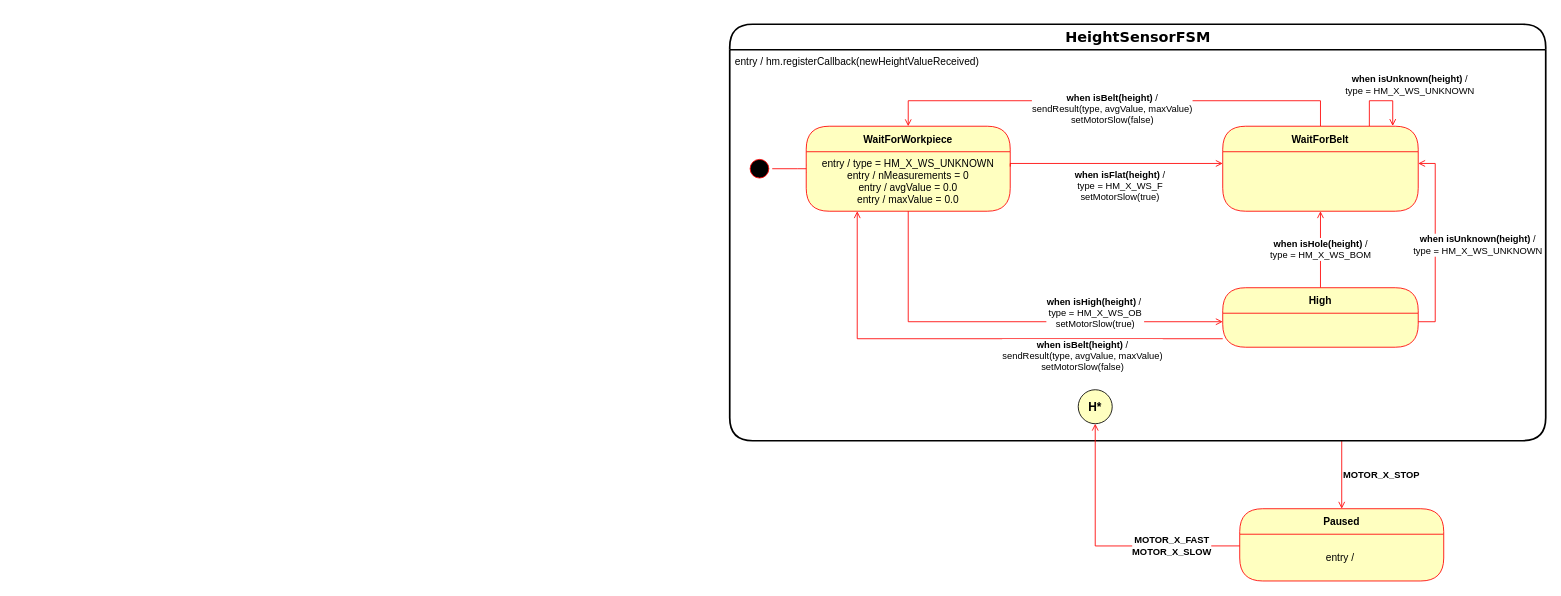
This is page "height" (4 of 7) of docs/diagrams/fsm/state_machines.drawio from u2knwy/ESEP-2023SoSe-Team-2-1, a draw.io file, before an edit. Source tidied: cells renumbered, new cells numbered last; positions are measured from the earlier drawing's top-left corner, leaving out a move shared by most shapes. Both pictures are drawn from the tidied source at 85%, with x=0, y=0 at pixel (729, 24).
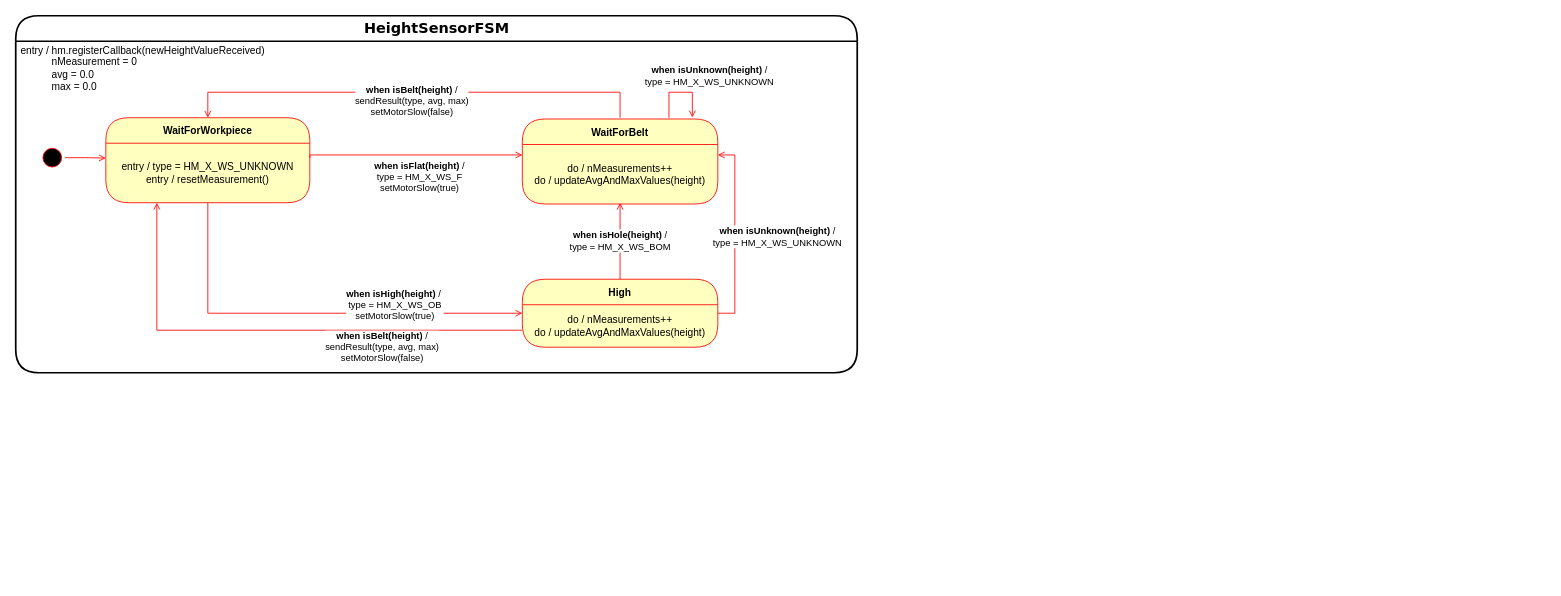
Above is the later version.

What changed in the source:
```diff
@@
-    <mxCell id="2" value="MOTOR_X_STOP" style="edgeStyle=orthogonalEdgeStyle;rounded=0;jettySize=auto;html=1;exitX=0.75;exitY=1;exitDx=0;exitDy=0;entryX=0.5;entryY=0;entryDx=0;entryDy=0;strokeColor=#FF0000;endArrow=open;endFill=0;fontStyle=1;align=left;" parent="1" edge="1" source="3" target="17">
-      <mxGeometry relative="1" as="geometry" />
-    </mxCell>
     <mxCell id="3" value="&lt;font face=&quot;Verdana&quot; style=&quot;font-size: 17px&quot;&gt;HeightSensorFSM&lt;/font&gt;" style="swimlane;html=1;fontStyle=1;align=center;verticalAlign=middle;horizontal=1;startSize=30;fontColor=#000000;rounded=1;arcSize=30;strokeColor=#000000;swimlaneFillColor=#FFFFFF;fillColor=#FFFFFF;strokeWidth=2;" parent="1" vertex="1">
-      <mxGeometry width="960" height="490" as="geometry" />
+      <mxGeometry x="-840" y="-10" width="990" height="420" as="geometry" />
     </mxCell>
+    <mxCell id="22" style="edgeStyle=orthogonalEdgeStyle;rounded=0;jettySize=auto;html=1;exitX=1;exitY=0.5;exitDx=0;exitDy=0;entryX=0;entryY=0.25;entryDx=0;entryDy=0;strokeColor=#FF0000;endArrow=open;endFill=0;" parent="1" edge="1" source="4" target="7">
+      <mxGeometry relative="1" as="geometry" />
+    </mxCell>
     <mxCell id="4" style="ellipse;html=1;shape=startState;fillColor=#000000;strokeColor=#ff0000;" parent="1" vertex="1">
-      <mxGeometry x="20" y="155" width="30" height="30" as="geometry" />
+      <mxGeometry x="-812" y="142" width="30" height="30" as="geometry" />
     </mxCell>
-    <mxCell id="5" style="edgeStyle=orthogonalEdgeStyle;html=1;verticalAlign=bottom;endArrow=open;endSize=8;strokeColor=#ff0000;rounded=0;entryX=0;entryY=0;entryDx=0;entryDy=0;" parent="1" edge="1" source="4">
-      <mxGeometry relative="1" as="geometry">
-        <mxPoint x="100" y="170" as="targetPoint" />
-        <Array as="points">
-          <mxPoint x="80" y="170" />
-          <mxPoint x="80" y="170" />
-        </Array>
-      </mxGeometry>
-    </mxCell>
     <mxCell id="6" value="WaitForWorkpiece" style="swimlane;fontStyle=1;align=center;verticalAlign=middle;horizontal=1;startSize=30;fontColor=#000000;rounded=1;arcSize=30;strokeColor=#ff0000;fillColor=#ffffc0;swimlaneFillColor=#ffffc0;" parent="1" vertex="1">
-      <mxGeometry x="90" y="120" width="240" height="100" as="geometry" />
+      <mxGeometry x="-734" y="110" width="240" height="100" as="geometry" />
     </mxCell>
-    <mxCell id="7" value="entry / type = HM_X_WS_UNKNOWN&lt;br&gt;entry / nMeasurements = 0&lt;br&gt;entry / avgValue = 0.0&lt;br&gt;entry / maxValue = 0.0" style="text;html=1;strokeColor=none;fillColor=none;align=center;verticalAlign=middle;spacingLeft=4;spacingRight=4;whiteSpace=wrap;overflow=hidden;fontColor=#000000;" parent="6" vertex="1">
+    <mxCell id="7" value="entry / type = HM_X_WS_UNKNOWN&lt;br&gt;entry / resetMeasurement()" style="text;html=1;strokeColor=none;fillColor=none;align=center;verticalAlign=middle;spacingLeft=4;spacingRight=4;whiteSpace=wrap;overflow=hidden;fontColor=#000000;" parent="6" vertex="1">
       <mxGeometry y="30" width="240" height="70" as="geometry" />
     </mxCell>
-    <mxCell id="8" value="&lt;b&gt;when isBelt(height)&amp;nbsp;&lt;/b&gt;/&lt;br&gt;sendResult(type, avgValue, maxValue)&lt;br&gt;setMotorSlow(false)" style="edgeStyle=orthogonalEdgeStyle;rounded=0;jettySize=auto;html=1;exitX=0.5;exitY=0;exitDx=0;exitDy=0;entryX=0.5;entryY=0;entryDx=0;entryDy=0;strokeColor=#FF0000;endArrow=open;endFill=0;" parent="1" edge="1" source="15" target="6">
+    <mxCell id="8" value="&lt;b&gt;when isBelt(height)&amp;nbsp;&lt;/b&gt;/&lt;br&gt;sendResult(type, avg, max)&lt;br&gt;setMotorSlow(false)" style="edgeStyle=orthogonalEdgeStyle;rounded=0;jettySize=auto;html=1;exitX=0.5;exitY=0;exitDx=0;exitDy=0;entryX=0.5;entryY=0;entryDx=0;entryDy=0;strokeColor=#FF0000;endArrow=open;endFill=0;" parent="1" edge="1" target="6">
       <mxGeometry x="0.01" y="10" relative="1" as="geometry">
+        <mxPoint x="-129" y="110" as="sourcePoint" />
         <Array as="points">
-          <mxPoint x="695" y="90" />
-          <mxPoint x="210" y="90" />
+          <mxPoint x="-129" y="80" />
+          <mxPoint x="-614" y="80" />
         </Array>
       </mxGeometry>
     </mxCell>
     <mxCell id="9" value="&lt;b&gt;when isFlat(height)&lt;/b&gt; /&lt;br&gt;type = HM_X_WS_F&lt;br&gt;setMotorSlow(true)" style="edgeStyle=orthogonalEdgeStyle;rounded=0;jettySize=auto;html=1;exitX=1;exitY=0.25;exitDx=0;exitDy=0;entryX=0;entryY=0.25;entryDx=0;entryDy=0;strokeColor=#FF0000;endArrow=open;endFill=0;" parent="1" edge="1" source="7">
       <mxGeometry x="0.05" y="-26" relative="1" as="geometry">
-        <mxPoint x="580" y="163.8" as="targetPoint" />
+        <mxPoint x="-244" y="153.8" as="targetPoint" />
         <Array as="points">
-          <mxPoint x="330" y="164" />
+          <mxPoint x="-494" y="154" />
         </Array>
       </mxGeometry>
     </mxCell>
-    <mxCell id="10" value="&lt;b&gt;when isHole(height)&lt;/b&gt;&amp;nbsp;/&lt;br&gt;type = HM_X_WS_BOM" style="edgeStyle=orthogonalEdgeStyle;rounded=0;jettySize=auto;html=1;exitX=0.5;exitY=0;exitDx=0;exitDy=0;entryX=0.5;entryY=1;entryDx=0;entryDy=0;strokeColor=#FF0000;endArrow=open;endFill=0;" parent="1" edge="1" source="11" target="15">
-      <mxGeometry relative="1" as="geometry" />
+    <mxCell id="10" value="&lt;b&gt;when isHole(height)&lt;/b&gt;&amp;nbsp;/&lt;br&gt;type = HM_X_WS_BOM" style="edgeStyle=orthogonalEdgeStyle;rounded=0;orthogonalLoop=1;jettySize=auto;html=1;exitX=0.5;exitY=0;exitDx=0;exitDy=0;entryX=0.5;entryY=1;entryDx=0;entryDy=0;strokeColor=#FF0000;endArrow=open;endFill=0;" parent="1" edge="1">
+      <mxGeometry relative="1" as="geometry">
+        <mxPoint x="-129" y="300" as="sourcePoint" />
+        <mxPoint x="-129" y="210" as="targetPoint" />
+      </mxGeometry>
     </mxCell>
-    <mxCell id="11" value="High" style="swimlane;fontStyle=1;align=center;verticalAlign=middle;horizontal=1;startSize=30;fontColor=#000000;rounded=1;arcSize=30;strokeColor=#ff0000;fillColor=#ffffc0;swimlaneFillColor=#ffffc0;" parent="1" vertex="1">
-      <mxGeometry x="580" y="310" width="230" height="70" as="geometry" />
-    </mxCell>
     <mxCell id="12" value="&lt;b&gt;when isHigh(height)&lt;/b&gt;&amp;nbsp;/&amp;nbsp;&lt;br&gt;type = HM_X_WS_OB&lt;br&gt;setMotorSlow(true)" style="edgeStyle=orthogonalEdgeStyle;rounded=0;jettySize=auto;html=1;exitX=0.5;exitY=1;exitDx=0;exitDy=0;entryX=0;entryY=0.25;entryDx=0;entryDy=0;strokeColor=#FF0000;endArrow=open;endFill=0;" parent="1" edge="1" source="7">
       <mxGeometry x="0.4" y="10" relative="1" as="geometry">
-        <mxPoint x="580" y="350" as="targetPoint" />
+        <mxPoint x="-244" y="340" as="targetPoint" />
         <Array as="points">
-          <mxPoint x="210" y="350" />
+          <mxPoint x="-614" y="340" />
         </Array>
       </mxGeometry>
     </mxCell>
-    <mxCell id="13" value="&lt;b style=&quot;border-color: var(--border-color);&quot;&gt;when isBelt(height)&amp;nbsp;&lt;/b&gt;/&lt;br style=&quot;border-color: var(--border-color);&quot;&gt;sendResult(type, avgValue, maxValue)&lt;br&gt;setMotorSlow(false)" style="edgeStyle=orthogonalEdgeStyle;rounded=0;jettySize=auto;html=1;exitX=0;exitY=0.75;exitDx=0;exitDy=0;entryX=0.25;entryY=1;entryDx=0;entryDy=0;strokeColor=#FF0000;endArrow=open;endFill=0;" parent="1" edge="1" target="7">
+    <mxCell id="13" value="&lt;b style=&quot;border-color: var(--border-color);&quot;&gt;when isBelt(height)&amp;nbsp;&lt;/b&gt;/&lt;br style=&quot;border-color: var(--border-color);&quot;&gt;sendResult(type, avg, max)&lt;br&gt;setMotorSlow(false)" style="edgeStyle=orthogonalEdgeStyle;rounded=0;jettySize=auto;html=1;exitX=0;exitY=0.75;exitDx=0;exitDy=0;entryX=0.25;entryY=1;entryDx=0;entryDy=0;strokeColor=#FF0000;endArrow=open;endFill=0;" parent="1" edge="1" target="7">
       <mxGeometry x="-0.43" y="20" relative="1" as="geometry">
-        <mxPoint x="580" y="370" as="sourcePoint" />
+        <mxPoint x="-244" y="360" as="sourcePoint" />
         <Array as="points">
-          <mxPoint x="150" y="370" />
+          <mxPoint x="-674" y="360" />
         </Array>
       </mxGeometry>
     </mxCell>
-    <mxCell id="14" value="&lt;b style=&quot;border-color: var(--border-color);&quot;&gt;when isUnknown(height)&lt;/b&gt;&amp;nbsp;/&lt;br style=&quot;border-color: var(--border-color);&quot;&gt;type = HM_X_WS_UNKNOWN" style="edgeStyle=orthogonalEdgeStyle;rounded=0;jettySize=auto;html=1;exitX=0.75;exitY=0;exitDx=0;exitDy=0;strokeColor=#FF0000;endArrow=open;endFill=0;" parent="1" edge="1" source="15">
+    <mxCell id="14" value="&lt;b style=&quot;border-color: var(--border-color);&quot;&gt;when isUnknown(height)&lt;/b&gt;&amp;nbsp;/&lt;br style=&quot;border-color: var(--border-color);&quot;&gt;type = HM_X_WS_UNKNOWN" style="edgeStyle=orthogonalEdgeStyle;rounded=0;orthogonalLoop=1;jettySize=auto;html=1;exitX=0.75;exitY=0;exitDx=0;exitDy=0;strokeColor=#FF0000;endArrow=open;endFill=0;" parent="1" edge="1">
       <mxGeometry x="0.32" y="28" relative="1" as="geometry">
-        <mxPoint x="780" y="119.7" as="targetPoint" />
+        <mxPoint x="-71.5" y="110" as="sourcePoint" />
+        <mxPoint x="-44" y="109.7" as="targetPoint" />
         <Array as="points">
-          <mxPoint x="753" y="90" />
-          <mxPoint x="780" y="90" />
+          <mxPoint x="-71" y="80" />
+          <mxPoint x="-44" y="80" />
         </Array>
         <mxPoint x="-8" y="-20" as="offset" />
       </mxGeometry>
     </mxCell>
+    <mxCell id="16" value="entry / hm.registerCallback(newHeightValueReceived)&lt;br&gt;&lt;span style=&quot;white-space: pre;&quot;&gt;&#9;&lt;/span&gt;&amp;nbsp; &amp;nbsp;nMeasurement = 0&lt;br&gt;&lt;span style=&quot;white-space: pre;&quot;&gt;&#9;&lt;/span&gt;&amp;nbsp; &amp;nbsp;avg = 0.0&lt;br&gt;&lt;span style=&quot;white-space: pre;&quot;&gt;&#9;&lt;/span&gt;&amp;nbsp; &amp;nbsp;max = 0.0" style="text;html=1;strokeColor=none;fillColor=none;align=left;verticalAlign=middle;whiteSpace=wrap;rounded=0;" parent="1" vertex="1">
+      <mxGeometry x="-836" y="24" width="300" height="56" as="geometry" />
+    </mxCell>
+    <mxCell id="21" value="&lt;b style=&quot;border-color: var(--border-color);&quot;&gt;when isUnknown(height)&lt;/b&gt;&amp;nbsp;/&lt;br style=&quot;border-color: var(--border-color);&quot;&gt;type = HM_X_WS_UNKNOWN" style="edgeStyle=orthogonalEdgeStyle;rounded=0;orthogonalLoop=1;jettySize=auto;html=1;exitX=1;exitY=0.25;exitDx=0;exitDy=0;entryX=1;entryY=0.25;entryDx=0;entryDy=0;strokeColor=#FF0000;endArrow=open;endFill=0;" parent="1" edge="1">
+      <mxGeometry x="-0.03" y="-50" relative="1" as="geometry">
+        <mxPoint x="-14" y="340" as="sourcePoint" />
+        <mxPoint x="-14" y="153.8" as="targetPoint" />
+        <Array as="points">
+          <mxPoint x="6" y="340" />
+          <mxPoint x="6" y="154" />
+        </Array>
+      </mxGeometry>
+    </mxCell>
+    <mxCell id="11" value="High" style="swimlane;fontStyle=1;align=center;verticalAlign=middle;horizontal=1;startSize=30;fontColor=#000000;rounded=1;arcSize=30;strokeColor=#ff0000;fillColor=#ffffc0;swimlaneFillColor=#ffffc0;" parent="1" vertex="1">
+      <mxGeometry x="-244" y="300" width="230" height="80" as="geometry" />
+    </mxCell>
+    <mxCell id="23" value="do / nMeasurements++&lt;br&gt;do / updateAvgAndMaxValues(height)" style="text;html=1;strokeColor=none;fillColor=none;align=center;verticalAlign=middle;spacingLeft=4;spacingRight=4;whiteSpace=wrap;overflow=hidden;fontColor=#000000;" parent="11" vertex="1">
+      <mxGeometry y="30" width="230" height="50" as="geometry" />
+    </mxCell>
     <mxCell id="15" value="WaitForBelt" style="swimlane;fontStyle=1;align=center;verticalAlign=middle;horizontal=1;startSize=30;fontColor=#000000;rounded=1;arcSize=30;strokeColor=#ff0000;fillColor=#ffffc0;swimlaneFillColor=#ffffc0;" parent="1" vertex="1">
-      <mxGeometry x="580" y="120" width="230" height="100" as="geometry" />
+      <mxGeometry x="-244" y="111.5" width="230" height="100" as="geometry" />
     </mxCell>
-    <mxCell id="16" value="entry / hm.registerCallback(newHeightValueReceived)" style="text;html=1;strokeColor=none;fillColor=none;align=center;verticalAlign=middle;whiteSpace=wrap;rounded=0;" parent="1" vertex="1">
-      <mxGeometry y="30" width="300" height="30" as="geometry" />
-    </mxCell>
-    <mxCell id="17" value="Paused" style="swimlane;fontStyle=1;align=center;verticalAlign=middle;horizontal=1;startSize=30;fontColor=#000000;rounded=1;arcSize=30;strokeColor=#ff0000;fillColor=#ffffc0;swimlaneFillColor=#ffffc0;" parent="1" vertex="1">
-      <mxGeometry x="600" y="570" width="240" height="85" as="geometry" />
-    </mxCell>
-    <mxCell id="18" value="entry /&amp;nbsp;" style="text;html=1;strokeColor=none;fillColor=none;align=center;verticalAlign=middle;spacingLeft=4;spacingRight=4;whiteSpace=wrap;overflow=hidden;fontColor=#000000;" parent="17" vertex="1">
-      <mxGeometry y="30" width="240" height="55" as="geometry" />
-    </mxCell>
-    <mxCell id="19" value="H*" style="ellipse;whiteSpace=wrap;html=1;rounded=1;fillColor=#FFFFC0;fontStyle=1;fontSize=14;" parent="1" vertex="1">
-      <mxGeometry x="410" y="430" width="40" height="40" as="geometry" />
-    </mxCell>
-    <mxCell id="20" value="MOTOR_X_FAST&lt;br&gt;MOTOR_X_SLOW" style="edgeStyle=orthogonalEdgeStyle;rounded=0;jettySize=auto;html=1;exitX=0;exitY=0.25;exitDx=0;exitDy=0;entryX=0.5;entryY=1;entryDx=0;entryDy=0;strokeColor=#FF0000;endArrow=open;endFill=0;fontStyle=1;" parent="1" edge="1" source="18" target="19">
-      <mxGeometry x="-0.49" relative="1" as="geometry" />
-    </mxCell>
-    <mxCell id="21" value="&lt;b style=&quot;border-color: var(--border-color);&quot;&gt;when isUnknown(height)&lt;/b&gt;&amp;nbsp;/&lt;br style=&quot;border-color: var(--border-color);&quot;&gt;type = HM_X_WS_UNKNOWN" style="edgeStyle=orthogonalEdgeStyle;rounded=0;orthogonalLoop=1;jettySize=auto;html=1;exitX=1;exitY=0.25;exitDx=0;exitDy=0;entryX=1;entryY=0.25;entryDx=0;entryDy=0;strokeColor=#FF0000;endArrow=open;endFill=0;" parent="1" edge="1">
-      <mxGeometry x="-0.03" y="-50" relative="1" as="geometry">
-        <mxPoint x="810" y="350" as="sourcePoint" />
-        <mxPoint x="810" y="163.8" as="targetPoint" />
-        <Array as="points">
-          <mxPoint x="830" y="350" />
-          <mxPoint x="830" y="164" />
-        </Array>
-      </mxGeometry>
-    </mxCell>
+    <mxCell id="24" value="do / nMeasurements++&lt;br&gt;do / updateAvgAndMaxValues(height)" style="text;html=1;strokeColor=none;fillColor=none;align=center;verticalAlign=middle;spacingLeft=4;spacingRight=4;whiteSpace=wrap;overflow=hidden;fontColor=#000000;" parent="15" vertex="1">
+      <mxGeometry y="30" width="230" height="70" as="geometry" />
+    </mxCell>
```
